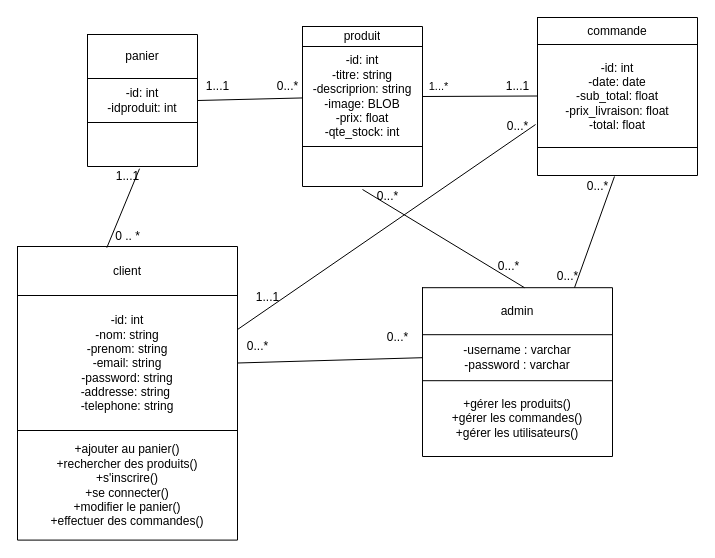
The draw.io diagram UML/class.drawio in yassineghorbal/PFR, before the edit. Source tidied: cells renumbered, new cells numbered last; positions are measured from the earlier drawing's top-left corner, leaving out a move shared by most shapes. Both pictures are drawn from the tidied source at 100%, with x=0, y=0 at pixel (17, 17).
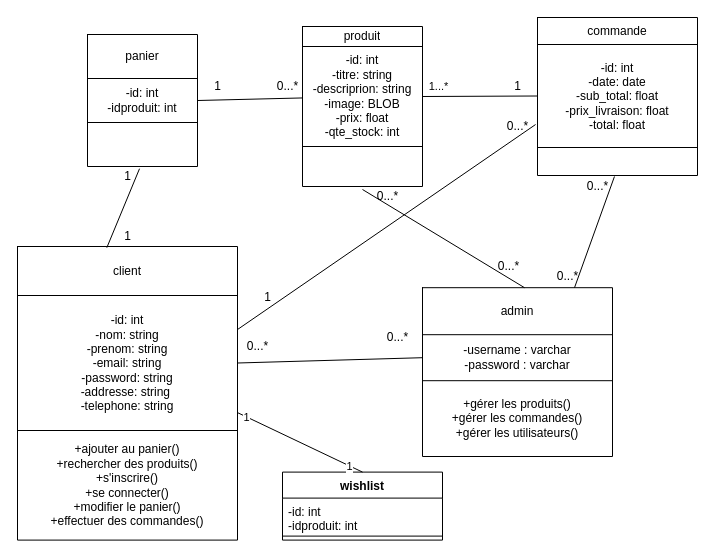
Above is the later version.

Commit message (it also covers changes not shown here):
added sequence diagram

The change refers to these unchanged cells:
```xml
<mxCell id="5" style="shape=partialRectangle;fillColor=none;top=0;left=0;bottom=0;right=0;points=[[0,0.5],[1,0.5]];portConstraint=eastwest;" parent="2" vertex="1">
  <mxGeometry y="49" width="220" height="135" as="geometry" />
</mxCell>
```

Diff of the diagram source:
```diff
@@
-    <mxCell id="38" value="1...1" style="text;html=1;align=center;verticalAlign=middle;strokeColor=none;fillColor=none;" parent="1" vertex="1">
-      <mxGeometry x="180" y="59" width="40" height="20" as="geometry" />
+    <mxCell id="38" value="1" style="text;html=1;align=center;verticalAlign=middle;strokeColor=none;fillColor=none;" parent="1" vertex="1">
+      <mxGeometry x="190" y="59" width="20" height="20" as="geometry" />
     </mxCell>
@@
-    <mxCell id="42" value="1...1" style="text;html=1;align=center;verticalAlign=middle;strokeColor=none;fillColor=none;" parent="1" vertex="1">
-      <mxGeometry x="480" y="59" width="40" height="20" as="geometry" />
+    <mxCell id="42" value="1" style="text;html=1;align=center;verticalAlign=middle;strokeColor=none;fillColor=none;" parent="1" vertex="1">
+      <mxGeometry x="490" y="59" width="20" height="20" as="geometry" />
     </mxCell>
@@
-    <mxCell id="44" value="1...1" style="text;html=1;align=center;verticalAlign=middle;strokeColor=none;fillColor=none;" parent="1" vertex="1">
-      <mxGeometry x="90" y="149" width="40" height="20" as="geometry" />
+    <mxCell id="44" value="1" style="text;html=1;align=center;verticalAlign=middle;strokeColor=none;fillColor=none;" parent="1" vertex="1">
+      <mxGeometry x="100" y="149" width="20" height="20" as="geometry" />
     </mxCell>
-    <mxCell id="45" value="0 .. *" style="text;html=1;align=center;verticalAlign=middle;strokeColor=none;fillColor=none;" parent="1" vertex="1">
-      <mxGeometry x="90" y="209" width="40" height="20" as="geometry" />
+    <mxCell id="45" value="1" style="text;html=1;align=center;verticalAlign=middle;strokeColor=none;fillColor=none;" parent="1" vertex="1">
+      <mxGeometry x="100" y="209" width="20" height="20" as="geometry" />
     </mxCell>
@@
-    <mxCell id="56" value="1...1" style="text;html=1;align=center;verticalAlign=middle;strokeColor=none;fillColor=none;" parent="1" vertex="1">
-      <mxGeometry x="230" y="270.2" width="40" height="20" as="geometry" />
+    <mxCell id="56" value="1" style="text;html=1;align=center;verticalAlign=middle;strokeColor=none;fillColor=none;" parent="1" vertex="1">
+      <mxGeometry x="240" y="270.2" width="20" height="20" as="geometry" />
     </mxCell>
@@
+    <mxCell id="58" value="wishlist" style="swimlane;fontStyle=1;align=center;verticalAlign=top;horizontal=1;startSize=26;" parent="1" vertex="1">
+      <mxGeometry x="265" y="454.6" width="160" height="68" as="geometry" />
+    </mxCell>
+    <mxCell id="59" value="-id: int&#10;-idproduit: int" style="text;strokeColor=none;fillColor=none;align=left;verticalAlign=top;spacingLeft=4;spacingRight=4;overflow=hidden;" parent="58" vertex="1">
+      <mxGeometry y="26" width="160" height="34" as="geometry" />
+    </mxCell>
+    <mxCell id="60" style="line;strokeWidth=1;fillColor=none;align=left;verticalAlign=middle;spacingTop=-1;spacingLeft=3;spacingRight=3;labelPosition=right;" parent="58" vertex="1">
+      <mxGeometry y="60" width="160" height="8" as="geometry" />
+    </mxCell>
+    <mxCell id="61" style="endArrow=none;html=1;exitX=0.5;exitY=0;exitDx=0;exitDy=0;entryX=0.998;entryY=0.866;entryDx=0;entryDy=0;entryPerimeter=0;" parent="1" edge="1" source="58" target="5">
+      <mxGeometry relative="1" as="geometry" />
+    </mxCell>
+    <mxCell id="62" value="1" style="edgeLabel;html=1;align=center;verticalAlign=middle;" parent="61" vertex="1">
+      <mxGeometry x="-0.79" relative="1" as="geometry" />
+    </mxCell>
+    <mxCell id="63" value="1" style="edgeLabel;html=1;align=center;verticalAlign=middle;" parent="61" vertex="1">
+      <mxGeometry x="0.86" relative="1" as="geometry" />
+    </mxCell>
```
